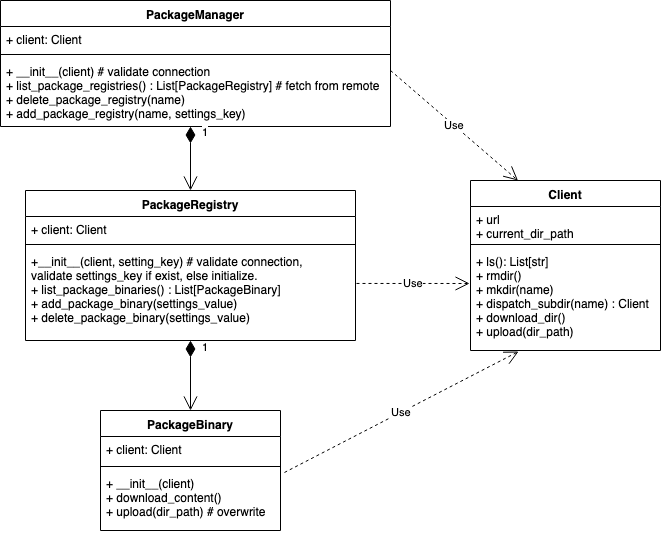
Earlier version of the draw.io export docs/source/diagrams/pacco.png (jasonsebastian/pacco). Source tidied: cells renumbered, new cells last; positions are measured from the earlier drawing's top-left corner, leaving out a move shared by most shapes.
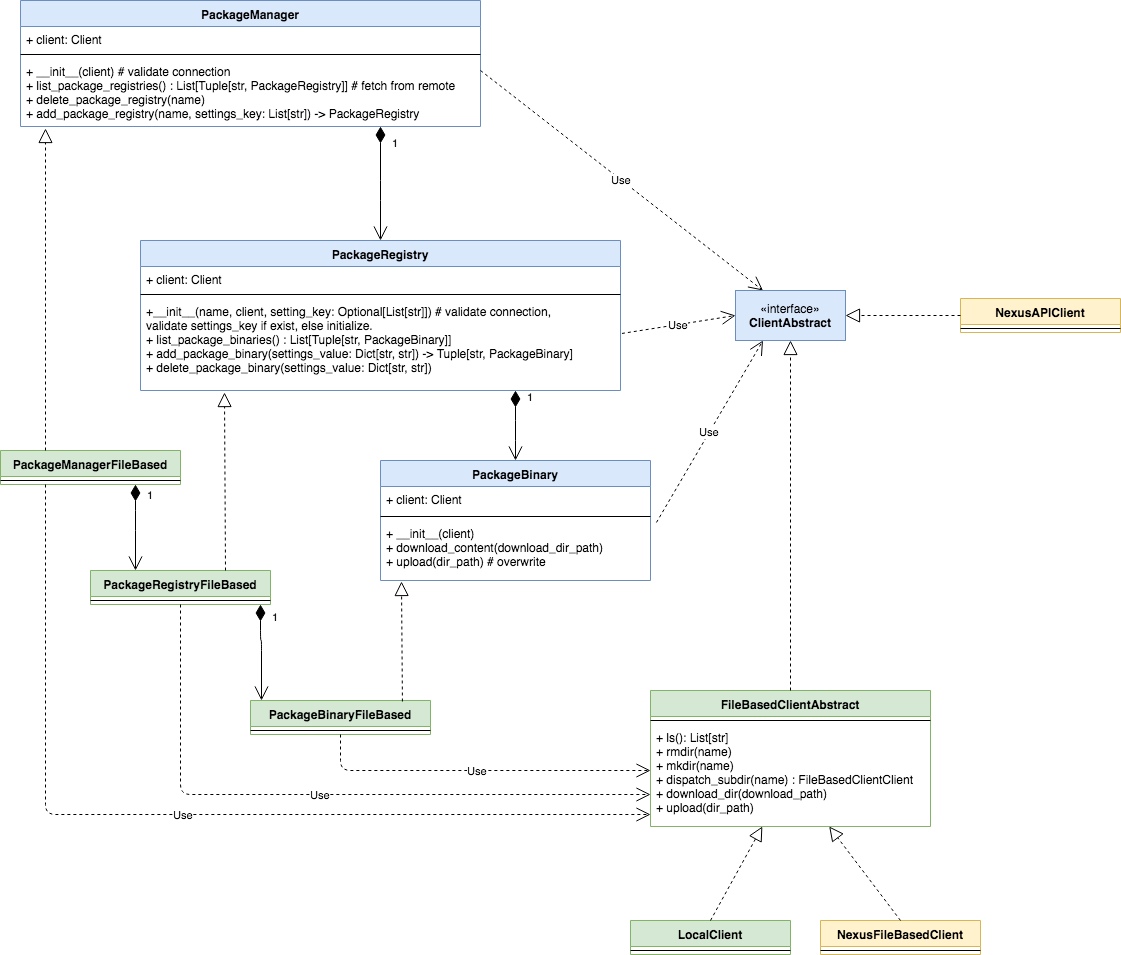
Above is the later version.

Diff of the diagram source:
```diff
@@ -2,73 +2,179 @@
   <root>
     <mxCell id="0" />
     <mxCell id="1" parent="0" />
-    <mxCell id="2" value="PackageManager" style="swimlane;fontStyle=1;align=center;verticalAlign=top;horizontal=1;startSize=26;" parent="1" vertex="1">
-      <mxGeometry width="390" height="126" as="geometry" />
+    <mxCell id="2" value="PackageManager" style="swimlane;fontStyle=1;align=center;verticalAlign=top;horizontal=1;startSize=26;fillColor=#dae8fc;strokeColor=#6c8ebf;" parent="1" vertex="1">
+      <mxGeometry x="-130" y="-40" width="460" height="126" as="geometry" />
     </mxCell>
     <mxCell id="3" value="+ client: Client" style="text;strokeColor=none;fillColor=none;align=left;verticalAlign=top;spacingLeft=4;spacingRight=4;overflow=hidden;" parent="2" vertex="1">
-      <mxGeometry y="26" width="390" height="24" as="geometry" />
+      <mxGeometry y="26" width="460" height="24" as="geometry" />
     </mxCell>
     <mxCell id="4" style="line;strokeWidth=1;fillColor=none;align=left;verticalAlign=middle;spacingTop=-1;spacingLeft=3;spacingRight=3;labelPosition=right;" parent="2" vertex="1">
-      <mxGeometry y="50" width="390" height="8" as="geometry" />
+      <mxGeometry y="50" width="460" height="8" as="geometry" />
     </mxCell>
-    <mxCell id="5" value="+ __init__(client) # validate connection&#10;+ list_package_registries() : List[PackageRegistry] # fetch from remote&#10;+ delete_package_registry(name)&#10;+ add_package_registry(name, settings_key)&#10;&#10;" style="text;strokeColor=none;fillColor=none;align=left;verticalAlign=top;spacingLeft=4;spacingRight=4;overflow=hidden;points=[[0,0.5],[1,0.5]];portConstraint=eastwest;" parent="2" vertex="1">
-      <mxGeometry y="58" width="390" height="68" as="geometry" />
+    <mxCell id="5" value="+ __init__(client) # validate connection&#10;+ list_package_registries() : List[Tuple[str, PackageRegistry]] # fetch from remote&#10;+ delete_package_registry(name)&#10;+ add_package_registry(name, settings_key: List[str]) -&gt; PackageRegistry&#10;&#10;" style="text;strokeColor=none;fillColor=none;align=left;verticalAlign=top;spacingLeft=4;spacingRight=4;overflow=hidden;points=[[0,0.5],[1,0.5]];portConstraint=eastwest;" parent="2" vertex="1">
+      <mxGeometry y="58" width="460" height="68" as="geometry" />
     </mxCell>
-    <mxCell id="6" value="PackageRegistry" style="swimlane;fontStyle=1;align=center;verticalAlign=top;horizontal=1;startSize=26;" parent="1" vertex="1">
-      <mxGeometry x="25" y="190" width="330" height="150" as="geometry" />
+    <mxCell id="6" value="PackageRegistry" style="swimlane;fontStyle=1;align=center;verticalAlign=top;horizontal=1;startSize=26;fillColor=#dae8fc;strokeColor=#6c8ebf;" parent="1" vertex="1">
+      <mxGeometry x="-10" y="200" width="480" height="150" as="geometry" />
     </mxCell>
     <mxCell id="7" value="+ client: Client&#10;" style="text;strokeColor=none;fillColor=none;align=left;verticalAlign=top;spacingLeft=4;spacingRight=4;overflow=hidden;" parent="6" vertex="1">
-      <mxGeometry y="26" width="330" height="24" as="geometry" />
+      <mxGeometry y="26" width="480" height="24" as="geometry" />
     </mxCell>
     <mxCell id="8" style="line;strokeWidth=1;fillColor=none;align=left;verticalAlign=middle;spacingTop=-1;spacingLeft=3;spacingRight=3;labelPosition=right;" parent="6" vertex="1">
-      <mxGeometry y="50" width="330" height="8" as="geometry" />
+      <mxGeometry y="50" width="480" height="8" as="geometry" />
     </mxCell>
-    <mxCell id="9" value="+__init__(client, setting_key) # validate connection, &#10;validate settings_key if exist, else initialize.&#10;+ list_package_binaries() : List[PackageBinary]&#10;+ add_package_binary(settings_value)&#10;+ delete_package_binary(settings_value)&#10;" style="text;strokeColor=none;fillColor=none;align=left;verticalAlign=top;spacingLeft=4;spacingRight=4;overflow=hidden;points=[[0,0.5],[1,0.5]];portConstraint=eastwest;" parent="6" vertex="1">
-      <mxGeometry y="58" width="330" height="92" as="geometry" />
+    <mxCell id="9" value="+__init__(name, client, setting_key: Optional[List[str]]) # validate connection, &#10;validate settings_key if exist, else initialize.&#10;+ list_package_binaries() : List[Tuple[str, PackageBinary]]&#10;+ add_package_binary(settings_value: Dict[str, str]) -&gt; Tuple[str, PackageBinary]&#10;+ delete_package_binary(settings_value: Dict[str, str])&#10;" style="text;strokeColor=none;fillColor=none;align=left;verticalAlign=top;spacingLeft=4;spacingRight=4;overflow=hidden;points=[[0,0.5],[1,0.5]];portConstraint=eastwest;" parent="6" vertex="1">
+      <mxGeometry y="58" width="480" height="92" as="geometry" />
     </mxCell>
-    <mxCell id="10" value="PackageBinary" style="swimlane;fontStyle=1;align=center;verticalAlign=top;horizontal=1;startSize=26;" parent="1" vertex="1">
-      <mxGeometry x="100" y="410" width="180" height="120" as="geometry" />
+    <mxCell id="10" value="PackageBinary" style="swimlane;fontStyle=1;align=center;verticalAlign=top;horizontal=1;startSize=26;fillColor=#dae8fc;strokeColor=#6c8ebf;" parent="1" vertex="1">
+      <mxGeometry x="230" y="420" width="270" height="120" as="geometry" />
     </mxCell>
     <mxCell id="11" value="+ client: Client" style="text;strokeColor=none;fillColor=none;align=left;verticalAlign=top;spacingLeft=4;spacingRight=4;overflow=hidden;" parent="10" vertex="1">
-      <mxGeometry y="26" width="180" height="26" as="geometry" />
+      <mxGeometry y="26" width="270" height="26" as="geometry" />
     </mxCell>
     <mxCell id="12" style="line;strokeWidth=1;fillColor=none;align=left;verticalAlign=middle;spacingTop=-1;spacingLeft=3;spacingRight=3;labelPosition=right;" parent="10" vertex="1">
-      <mxGeometry y="52" width="180" height="8" as="geometry" />
+      <mxGeometry y="52" width="270" height="8" as="geometry" />
     </mxCell>
-    <mxCell id="13" value="+ __init__(client)&#10;+ download_content()&#10;+ upload(dir_path) # overwrite&#10;" style="text;strokeColor=none;fillColor=none;align=left;verticalAlign=top;spacingLeft=4;spacingRight=4;overflow=hidden;points=[[0,0.5],[1,0.5]];portConstraint=eastwest;" parent="10" vertex="1">
-      <mxGeometry y="60" width="180" height="60" as="geometry" />
+    <mxCell id="13" value="+ __init__(client)&#10;+ download_content(download_dir_path)&#10;+ upload(dir_path) # overwrite&#10;" style="text;strokeColor=none;fillColor=none;align=left;verticalAlign=top;spacingLeft=4;spacingRight=4;overflow=hidden;points=[[0,0.5],[1,0.5]];portConstraint=eastwest;" parent="10" vertex="1">
+      <mxGeometry y="60" width="270" height="60" as="geometry" />
     </mxCell>
     <mxCell id="14" value="1" style="endArrow=open;html=1;endSize=12;startArrow=diamondThin;startSize=14;startFill=1;edgeStyle=orthogonalEdgeStyle;align=left;verticalAlign=bottom;entryX=0.5;entryY=0;entryDx=0;entryDy=0;" parent="1" edge="1" source="5" target="6">
       <mxGeometry x="-0.56" y="10" relative="1" as="geometry">
         <Array as="points">
-          <mxPoint x="190" y="90" />
-          <mxPoint x="190" y="90" />
+          <mxPoint x="230" y="150" />
+          <mxPoint x="230" y="150" />
         </Array>
       </mxGeometry>
     </mxCell>
-    <mxCell id="15" value="1" style="endArrow=open;html=1;endSize=12;startArrow=diamondThin;startSize=14;startFill=1;edgeStyle=orthogonalEdgeStyle;align=left;verticalAlign=bottom;entryX=0.5;entryY=0;entryDx=0;entryDy=0;exitX=0.5;exitY=1;exitDx=0;exitDy=0;exitPerimeter=0;" parent="1" edge="1" source="9" target="10">
-      <mxGeometry x="-0.57" y="10" relative="1" as="geometry" />
+    <mxCell id="15" value="1" style="endArrow=open;html=1;endSize=12;startArrow=diamondThin;startSize=14;startFill=1;edgeStyle=orthogonalEdgeStyle;align=left;verticalAlign=bottom;entryX=0.5;entryY=0;entryDx=0;entryDy=0;" parent="1" edge="1" source="9" target="10">
+      <mxGeometry x="-0.57" y="10" relative="1" as="geometry">
+        <Array as="points">
+          <mxPoint x="365" y="390" />
+          <mxPoint x="365" y="390" />
+        </Array>
+      </mxGeometry>
     </mxCell>
-    <mxCell id="16" value="Client" style="swimlane;fontStyle=1;align=center;verticalAlign=top;horizontal=1;startSize=26;" parent="1" vertex="1">
-      <mxGeometry x="470" y="180" width="190" height="170" as="geometry" />
-    </mxCell>
-    <mxCell id="17" value="+ url&#10;+ current_dir_path&#10;" style="text;strokeColor=none;fillColor=none;align=left;verticalAlign=top;spacingLeft=4;spacingRight=4;overflow=hidden;" parent="16" vertex="1">
-      <mxGeometry y="26" width="190" height="34" as="geometry" />
-    </mxCell>
-    <mxCell id="18" style="line;strokeWidth=1;fillColor=none;align=left;verticalAlign=middle;spacingTop=-1;spacingLeft=3;spacingRight=3;labelPosition=right;" parent="16" vertex="1">
-      <mxGeometry y="60" width="190" height="8" as="geometry" />
-    </mxCell>
-    <mxCell id="19" value="+ ls(): List[str]&#10;+ rmdir()&#10;+ mkdir(name)&#10;+ dispatch_subdir(name) : Client&#10;+ download_dir()&#10;+ upload(dir_path)&#10;" style="text;strokeColor=none;fillColor=none;align=left;verticalAlign=top;spacingLeft=4;spacingRight=4;overflow=hidden;points=[[0,0.5],[1,0.5]];portConstraint=eastwest;" parent="16" vertex="1">
-      <mxGeometry y="68" width="190" height="102" as="geometry" />
-    </mxCell>
-    <mxCell id="20" value="Use" style="endArrow=open;endSize=12;dashed=1;html=1;exitX=1;exitY=0.176;exitDx=0;exitDy=0;exitPerimeter=0;entryX=0.25;entryY=0;entryDx=0;entryDy=0;" parent="1" edge="1" source="5" target="16">
+    <mxCell id="20" value="Use" style="endArrow=open;endSize=12;dashed=1;html=1;exitX=1;exitY=0.176;exitDx=0;exitDy=0;exitPerimeter=0;entryX=0.25;entryY=0;entryDx=0;entryDy=0;" parent="1" edge="1" source="5" target="26">
       <mxGeometry relative="1" as="geometry" />
     </mxCell>
-    <mxCell id="21" value="Use" style="endArrow=open;endSize=12;dashed=1;html=1;exitX=1.003;exitY=0.38;exitDx=0;exitDy=0;exitPerimeter=0;entryX=-0.005;entryY=0.343;entryDx=0;entryDy=0;entryPerimeter=0;" parent="1" edge="1" source="9" target="19">
+    <mxCell id="21" value="Use" style="endArrow=open;endSize=12;dashed=1;html=1;exitX=1.003;exitY=0.38;exitDx=0;exitDy=0;exitPerimeter=0;entryX=0;entryY=0.5;entryDx=0;entryDy=0;" parent="1" edge="1" source="9" target="26">
       <mxGeometry relative="1" as="geometry" />
     </mxCell>
-    <mxCell id="22" value="Use" style="endArrow=open;endSize=12;dashed=1;html=1;exitX=1.022;exitY=0.033;exitDx=0;exitDy=0;exitPerimeter=0;entryX=0.253;entryY=1.01;entryDx=0;entryDy=0;entryPerimeter=0;" parent="1" edge="1" source="13" target="19">
+    <mxCell id="22" value="Use" style="endArrow=open;endSize=12;dashed=1;html=1;exitX=1.022;exitY=0.033;exitDx=0;exitDy=0;exitPerimeter=0;entryX=0.25;entryY=1;entryDx=0;entryDy=0;" parent="1" edge="1" source="13" target="26">
       <mxGeometry relative="1" as="geometry" />
     </mxCell>
+    <mxCell id="23" value="FileBasedClientAbstract" style="swimlane;fontStyle=1;align=center;verticalAlign=top;horizontal=1;startSize=26;fillColor=#d5e8d4;strokeColor=#82b366;" parent="1" vertex="1">
+      <mxGeometry x="500" y="650" width="280" height="136" as="geometry" />
+    </mxCell>
+    <mxCell id="24" style="line;strokeWidth=1;fillColor=none;align=left;verticalAlign=middle;spacingTop=-1;spacingLeft=3;spacingRight=3;labelPosition=right;" parent="23" vertex="1">
+      <mxGeometry y="26" width="280" height="8" as="geometry" />
+    </mxCell>
+    <mxCell id="25" value="+ ls(): List[str]&#10;+ rmdir(name)&#10;+ mkdir(name)&#10;+ dispatch_subdir(name) : FileBasedClientClient&#10;+ download_dir(download_path)&#10;+ upload(dir_path)&#10;" style="text;strokeColor=none;fillColor=none;align=left;verticalAlign=top;spacingLeft=4;spacingRight=4;overflow=hidden;points=[[0,0.5],[1,0.5]];portConstraint=eastwest;" parent="23" vertex="1">
+      <mxGeometry y="34" width="280" height="102" as="geometry" />
+    </mxCell>
+    <mxCell id="26" value="«interface»&lt;br&gt;&lt;b&gt;ClientAbstract&lt;/b&gt;" style="html=1;fillColor=#dae8fc;strokeColor=#6c8ebf;" parent="1" vertex="1">
+      <mxGeometry x="585" y="250" width="110" height="50" as="geometry" />
+    </mxCell>
+    <mxCell id="27" style="endArrow=block;dashed=1;endFill=0;endSize=12;html=1;exitX=0.5;exitY=0;exitDx=0;exitDy=0;entryX=0.5;entryY=1;entryDx=0;entryDy=0;" parent="1" edge="1" source="23" target="26">
+      <mxGeometry relative="1" as="geometry" />
+    </mxCell>
+    <mxCell id="28" value="LocalClient" style="swimlane;fontStyle=1;align=center;verticalAlign=top;horizontal=1;startSize=26;fillColor=#d5e8d4;strokeColor=#82b366;" parent="1" vertex="1">
+      <mxGeometry x="480" y="880" width="160" height="34" as="geometry" />
+    </mxCell>
+    <mxCell id="29" style="line;strokeWidth=1;fillColor=none;align=left;verticalAlign=middle;spacingTop=-1;spacingLeft=3;spacingRight=3;labelPosition=right;" parent="28" vertex="1">
+      <mxGeometry y="26" width="160" height="8" as="geometry" />
+    </mxCell>
+    <mxCell id="30" style="endArrow=block;dashed=1;endFill=0;endSize=12;html=1;exitX=0.5;exitY=0;exitDx=0;exitDy=0;" parent="1" edge="1" source="28" target="25">
+      <mxGeometry relative="1" as="geometry" />
+    </mxCell>
+    <mxCell id="31" value="PackageManagerFileBased" style="swimlane;fontStyle=1;align=center;verticalAlign=top;horizontal=1;startSize=26;fillColor=#d5e8d4;strokeColor=#82b366;" parent="1" vertex="1">
+      <mxGeometry x="-150" y="410" width="180" height="34" as="geometry" />
+    </mxCell>
+    <mxCell id="32" style="line;strokeWidth=1;fillColor=none;align=left;verticalAlign=middle;spacingTop=-1;spacingLeft=3;spacingRight=3;labelPosition=right;" parent="31" vertex="1">
+      <mxGeometry y="26" width="180" height="8" as="geometry" />
+    </mxCell>
+    <mxCell id="33" value="PackageRegistryFileBased" style="swimlane;fontStyle=1;align=center;verticalAlign=top;horizontal=1;startSize=26;fillColor=#d5e8d4;strokeColor=#82b366;" parent="1" vertex="1">
+      <mxGeometry x="-60" y="530" width="180" height="34" as="geometry" />
+    </mxCell>
+    <mxCell id="34" style="line;strokeWidth=1;fillColor=none;align=left;verticalAlign=middle;spacingTop=-1;spacingLeft=3;spacingRight=3;labelPosition=right;" parent="33" vertex="1">
+      <mxGeometry y="26" width="180" height="8" as="geometry" />
+    </mxCell>
+    <mxCell id="35" value="PackageBinaryFileBased" style="swimlane;fontStyle=1;align=center;verticalAlign=top;horizontal=1;startSize=26;fillColor=#d5e8d4;strokeColor=#82b366;" parent="1" vertex="1">
+      <mxGeometry x="100" y="660" width="180" height="34" as="geometry" />
+    </mxCell>
+    <mxCell id="36" style="line;strokeWidth=1;fillColor=none;align=left;verticalAlign=middle;spacingTop=-1;spacingLeft=3;spacingRight=3;labelPosition=right;" parent="35" vertex="1">
+      <mxGeometry y="26" width="180" height="8" as="geometry" />
+    </mxCell>
+    <mxCell id="37" style="endArrow=block;dashed=1;endFill=0;endSize=12;html=1;exitX=0.25;exitY=0;exitDx=0;exitDy=0;" parent="1" edge="1" source="31">
+      <mxGeometry relative="1" as="geometry">
+        <mxPoint x="-105" y="88" as="targetPoint" />
+      </mxGeometry>
+    </mxCell>
+    <mxCell id="38" style="endArrow=block;dashed=1;endFill=0;endSize=12;html=1;exitX=0.75;exitY=0;exitDx=0;exitDy=0;entryX=0.175;entryY=1.022;entryDx=0;entryDy=0;entryPerimeter=0;" parent="1" edge="1" source="33" target="9">
+      <mxGeometry relative="1" as="geometry" />
+    </mxCell>
+    <mxCell id="39" style="endArrow=block;dashed=1;endFill=0;endSize=12;html=1;exitX=0.844;exitY=0.029;exitDx=0;exitDy=0;exitPerimeter=0;" parent="1" edge="1" source="35">
+      <mxGeometry relative="1" as="geometry">
+        <mxPoint x="251" y="541" as="targetPoint" />
+      </mxGeometry>
+    </mxCell>
+    <mxCell id="40" value="1" style="endArrow=open;html=1;endSize=12;startArrow=diamondThin;startSize=14;startFill=1;edgeStyle=orthogonalEdgeStyle;align=left;verticalAlign=bottom;entryX=0.25;entryY=0;entryDx=0;entryDy=0;exitX=0.75;exitY=1;exitDx=0;exitDy=0;" parent="1" edge="1" source="31" target="33">
+      <mxGeometry x="-0.56" y="10" relative="1" as="geometry">
+        <Array as="points">
+          <mxPoint x="-15" y="480" />
+          <mxPoint x="-15" y="480" />
+        </Array>
+      </mxGeometry>
+    </mxCell>
+    <mxCell id="41" value="1" style="endArrow=open;html=1;endSize=12;startArrow=diamondThin;startSize=14;startFill=1;edgeStyle=orthogonalEdgeStyle;align=left;verticalAlign=bottom;entryX=0.061;entryY=0;entryDx=0;entryDy=0;exitX=0.75;exitY=1;exitDx=0;exitDy=0;entryPerimeter=0;" parent="1" edge="1" target="35">
+      <mxGeometry x="-0.56" y="10" relative="1" as="geometry">
+        <mxPoint x="110" y="564" as="sourcePoint" />
+        <Array as="points">
+          <mxPoint x="110" y="600" />
+        </Array>
+      </mxGeometry>
+    </mxCell>
+    <mxCell id="42" value="Use" style="endArrow=open;endSize=12;dashed=1;html=1;exitX=0.5;exitY=1;exitDx=0;exitDy=0;edgeStyle=orthogonalEdgeStyle;" parent="1" edge="1" source="35">
+      <mxGeometry relative="1" as="geometry">
+        <mxPoint x="500" y="730" as="targetPoint" />
+        <Array as="points">
+          <mxPoint x="190" y="730" />
+          <mxPoint x="500" y="730" />
+        </Array>
+      </mxGeometry>
+    </mxCell>
+    <mxCell id="43" value="Use" style="endArrow=open;endSize=12;dashed=1;html=1;exitX=0.5;exitY=1;exitDx=0;exitDy=0;edgeStyle=orthogonalEdgeStyle;" parent="1" edge="1" source="33">
+      <mxGeometry relative="1" as="geometry">
+        <mxPoint x="500" y="754" as="targetPoint" />
+        <Array as="points">
+          <mxPoint x="30" y="754" />
+        </Array>
+      </mxGeometry>
+    </mxCell>
+    <mxCell id="44" value="Use" style="endArrow=open;endSize=12;dashed=1;html=1;exitX=0.25;exitY=1;exitDx=0;exitDy=0;edgeStyle=orthogonalEdgeStyle;entryX=0;entryY=0.882;entryDx=0;entryDy=0;entryPerimeter=0;" parent="1" edge="1" source="31" target="25">
+      <mxGeometry relative="1" as="geometry">
+        <Array as="points">
+          <mxPoint x="-105" y="774" />
+        </Array>
+      </mxGeometry>
+    </mxCell>
+    <mxCell id="45" value="NexusFileBasedClient" style="swimlane;fontStyle=1;align=center;verticalAlign=top;horizontal=1;startSize=26;fillColor=#fff2cc;strokeColor=#d6b656;" parent="1" vertex="1">
+      <mxGeometry x="670" y="880" width="160" height="34" as="geometry" />
+    </mxCell>
+    <mxCell id="46" style="line;strokeWidth=1;fillColor=none;align=left;verticalAlign=middle;spacingTop=-1;spacingLeft=3;spacingRight=3;labelPosition=right;" parent="45" vertex="1">
+      <mxGeometry y="26" width="160" height="8" as="geometry" />
+    </mxCell>
+    <mxCell id="47" style="endArrow=block;dashed=1;endFill=0;endSize=12;html=1;exitX=0.5;exitY=0;exitDx=0;exitDy=0;" parent="1" edge="1" source="45" target="25">
+      <mxGeometry relative="1" as="geometry" />
+    </mxCell>
+    <mxCell id="48" value="NexusAPIClient" style="swimlane;fontStyle=1;align=center;verticalAlign=top;horizontal=1;startSize=26;fillColor=#fff2cc;strokeColor=#d6b656;" parent="1" vertex="1">
+      <mxGeometry x="810" y="258" width="160" height="34" as="geometry" />
+    </mxCell>
+    <mxCell id="49" style="line;strokeWidth=1;fillColor=none;align=left;verticalAlign=middle;spacingTop=-1;spacingLeft=3;spacingRight=3;labelPosition=right;" parent="48" vertex="1">
+      <mxGeometry y="26" width="160" height="8" as="geometry" />
+    </mxCell>
+    <mxCell id="50" style="endArrow=block;dashed=1;endFill=0;endSize=12;html=1;exitX=0;exitY=0.5;exitDx=0;exitDy=0;entryX=1;entryY=0.5;entryDx=0;entryDy=0;" parent="1" edge="1" source="48" target="26">
+      <mxGeometry relative="1" as="geometry" />
+    </mxCell>
   </root>
 </mxGraphModel>
```
